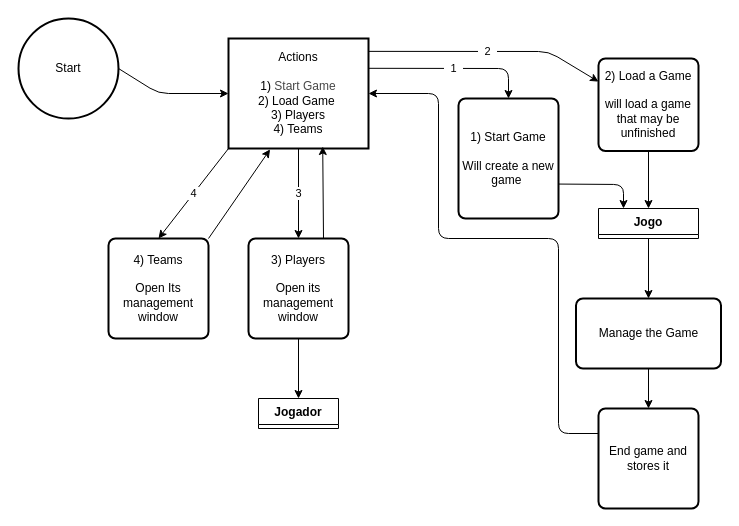
Before: ProjetoFinal/Assets/flowchart.drawio in LucionOne/Projeto_Final-POO-gr.10, a draw.io diagram. Source tidied: cells renumbered, new cells numbered last; positions are measured from the earlier drawing's top-left corner, leaving out a move shared by most shapes. Both pictures are drawn from the tidied source at 100%, with x=0, y=0 at pixel (18, 18).
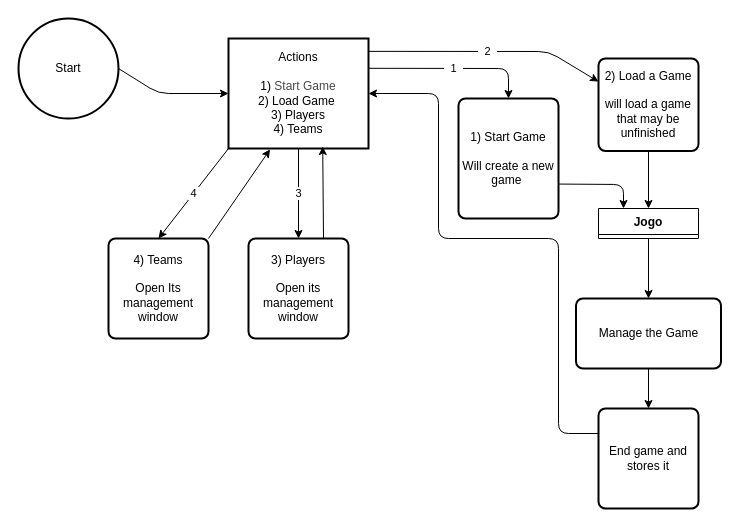
Above is the later version.

The change refers to these unchanged cells:
```xml
<mxCell id="21" value="3) Players&lt;div&gt;&lt;br&gt;&lt;/div&gt;&lt;div&gt;Open its management window&lt;/div&gt;" style="rounded=1;whiteSpace=wrap;html=1;absoluteArcSize=1;arcSize=14;strokeWidth=2;" parent="1" vertex="1">
  <mxGeometry x="230" y="220" width="100" height="100" as="geometry" />
</mxCell>
```

Diff of the diagram source:
```diff
@@
-    <mxCell id="19" value="Jogador" style="swimlane;fontStyle=1;align=center;verticalAlign=top;horizontal=1;startSize=26;whiteSpace=wrap;html=1;" parent="1" vertex="1" collapsed="1">
-      <mxGeometry x="240" y="380" width="80" height="30" as="geometry" />
-    </mxCell>
-    <mxCell id="20" style="edgeStyle=none;html=1;entryX=0.5;entryY=0;entryDx=0;entryDy=0;" parent="1" edge="1" source="21" target="19">
-      <mxGeometry relative="1" as="geometry" />
-    </mxCell>
```
